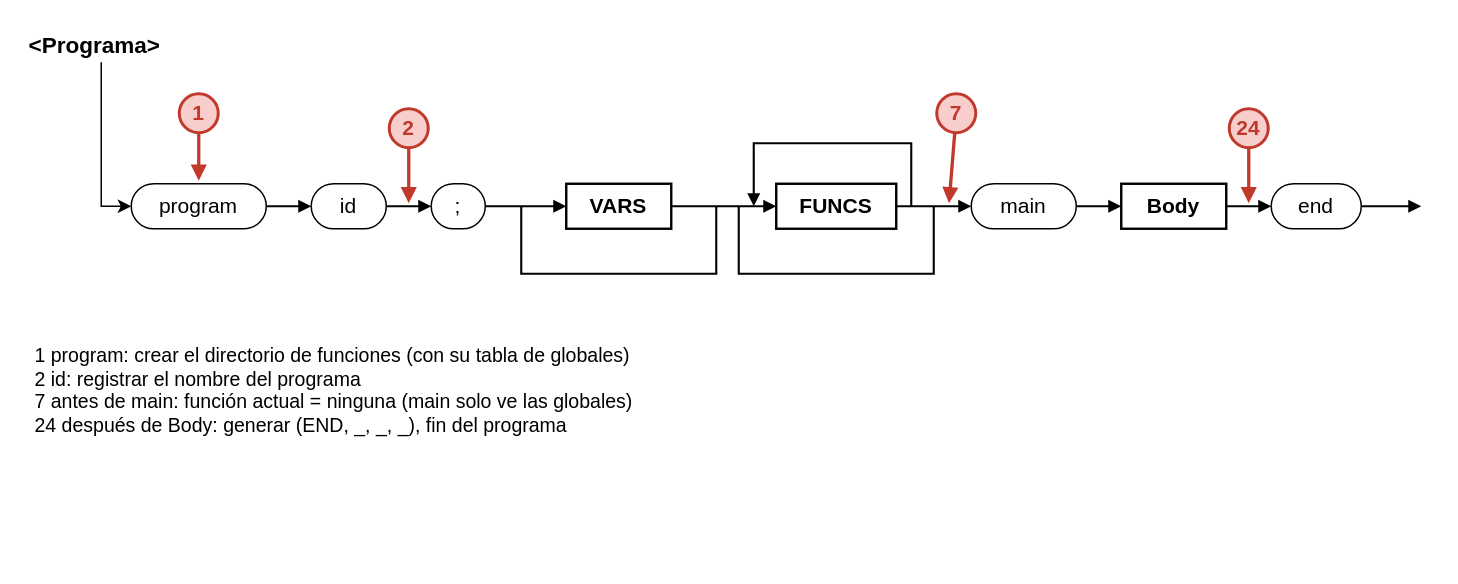
Before: page "<Programa>" (1 of 14) of docs/diagramas/BabyDuck_puntos_neuralgicos.drawio in mykrex/compilador, a draw.io diagram. Source tidied: cells renumbered, new cells numbered last; positions are measured from the earlier drawing's top-left corner, leaving out a move shared by most shapes. Both pictures are drawn from the tidied source at 150%, with x=0, y=0 at pixel (26, 26).
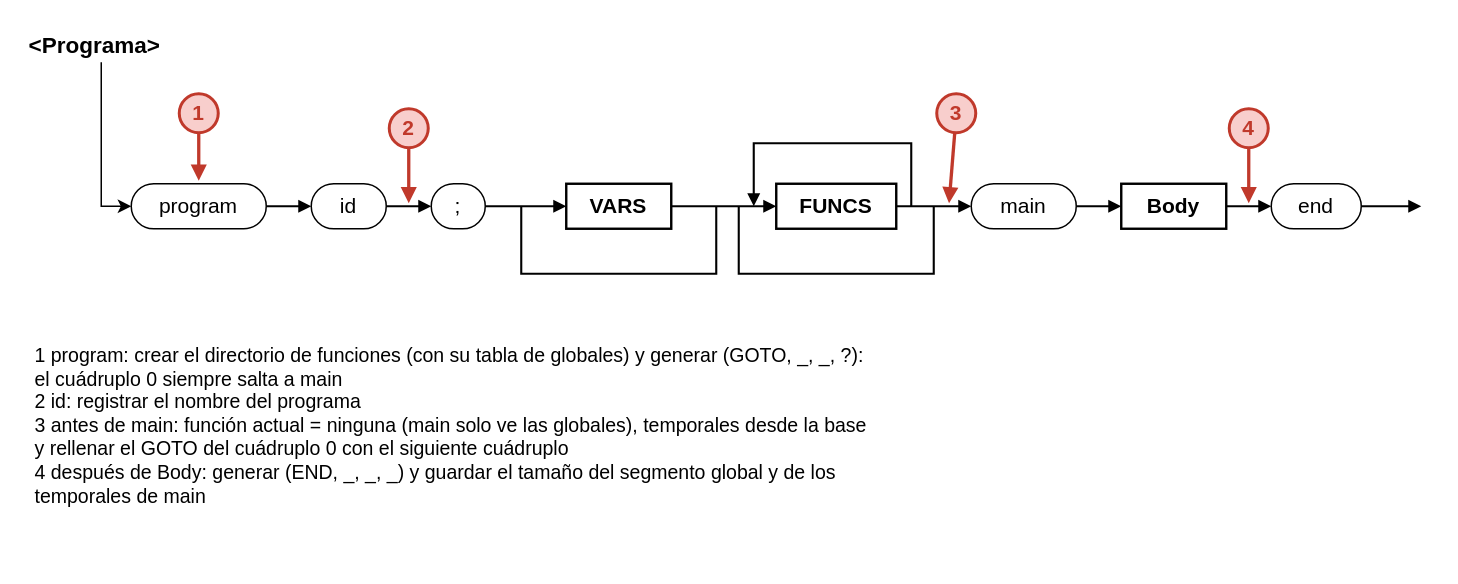
After the change.

The edit, as a diff of the source:
```diff
@@
-    <mxCell id="28" value="7" style="ellipse;shape=ellipse;perimeter=ellipsePerimeter;whiteSpace=wrap;html=1;fillColor=#F8CECC;strokeColor=#C0392B;strokeWidth=2;fontColor=#C0392B;fontStyle=1;fontSize=14;fontFamily=Arial;" parent="1" vertex="1">
+    <mxCell id="28" value="3" style="ellipse;shape=ellipse;perimeter=ellipsePerimeter;whiteSpace=wrap;html=1;fillColor=#F8CECC;strokeColor=#C0392B;strokeWidth=2;fontColor=#C0392B;fontStyle=1;fontSize=14;fontFamily=Arial;" parent="1" vertex="1">
       <mxGeometry x="607" y="45" width="26" height="26" as="geometry" />
     </mxCell>
@@
-    <mxCell id="30" value="24" style="ellipse;shape=ellipse;perimeter=ellipsePerimeter;whiteSpace=wrap;html=1;fillColor=#F8CECC;strokeColor=#C0392B;strokeWidth=2;fontColor=#C0392B;fontStyle=1;fontSize=14;fontFamily=Arial;" parent="1" vertex="1">
+    <mxCell id="30" value="4" style="ellipse;shape=ellipse;perimeter=ellipsePerimeter;whiteSpace=wrap;html=1;fillColor=#F8CECC;strokeColor=#C0392B;strokeWidth=2;fontColor=#C0392B;fontStyle=1;fontSize=14;fontFamily=Arial;" parent="1" vertex="1">
       <mxGeometry x="802" y="55" width="26" height="26" as="geometry" />
     </mxCell>
-    <mxCell id="31" value="1  program: crear el directorio de funciones (con su tabla de globales)&#10;2  id: registrar el nombre del programa&#10;7  antes de main: función actual = ninguna (main solo ve las globales)&#10;24 después de Body: generar (END, _, _, _), fin del programa" style="text;html=0;whiteSpace=wrap;fillColor=none;strokeColor=none;fontColor=#000000;align=left;verticalAlign=top;fontFamily=Arial;fontSize=13;spacingLeft=4;" parent="1" vertex="1">
-      <mxGeometry y="205" width="920" height="90" as="geometry" />
+    <mxCell id="31" value="1  program: crear el directorio de funciones (con su tabla de globales) y generar (GOTO, _, _, ?):&#10;   el cuádruplo 0 siempre salta a main&#10;2  id: registrar el nombre del programa&#10;3  antes de main: función actual = ninguna (main solo ve las globales), temporales desde la base&#10;   y rellenar el GOTO del cuádruplo 0 con el siguiente cuádruplo&#10;4  después de Body: generar (END, _, _, _) y guardar el tamaño del segmento global y de los&#10;   temporales de main" style="text;html=0;whiteSpace=wrap;fillColor=none;strokeColor=none;fontColor=#000000;align=left;verticalAlign=top;fontFamily=Arial;fontSize=13;spacingLeft=4;" parent="1" vertex="1">
+      <mxGeometry y="205" width="920" height="150" as="geometry" />
     </mxCell>
```
